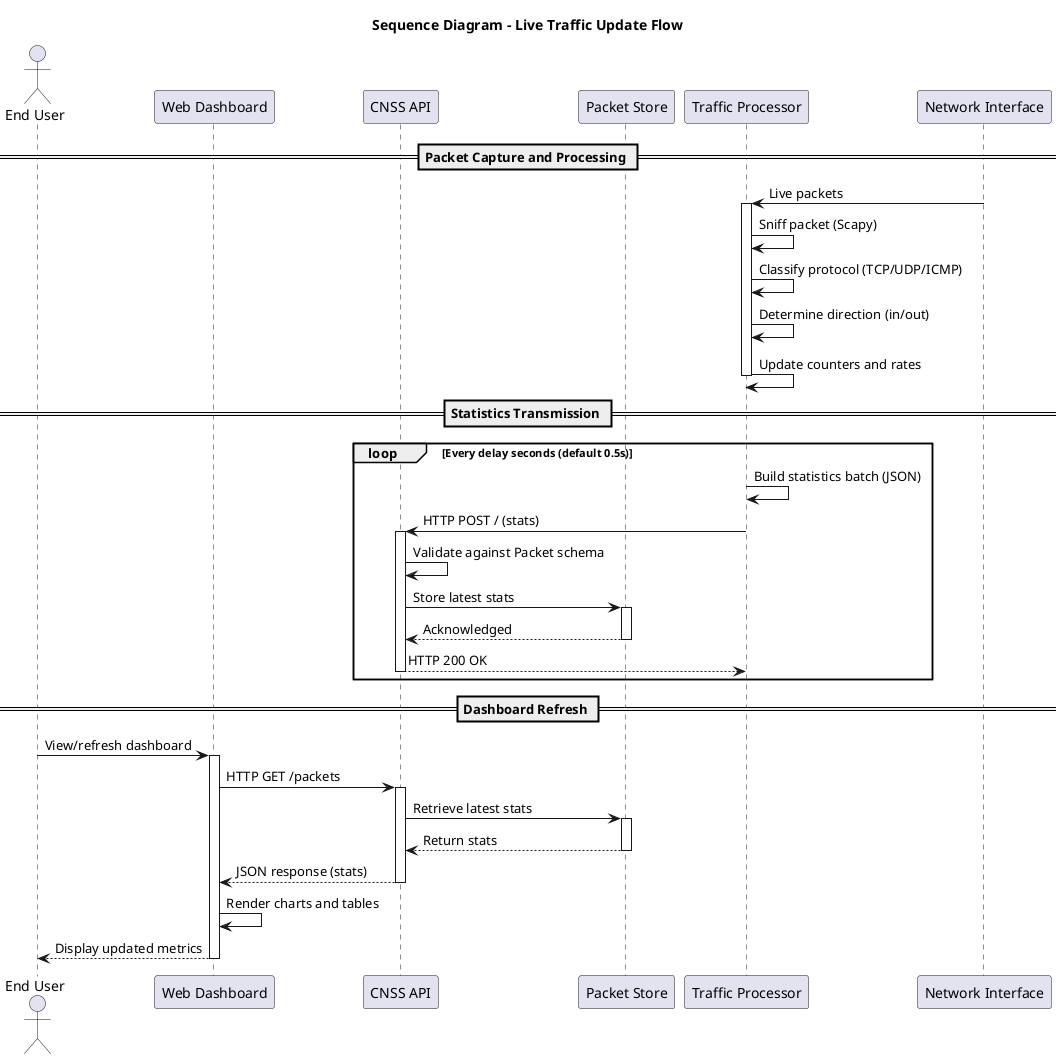
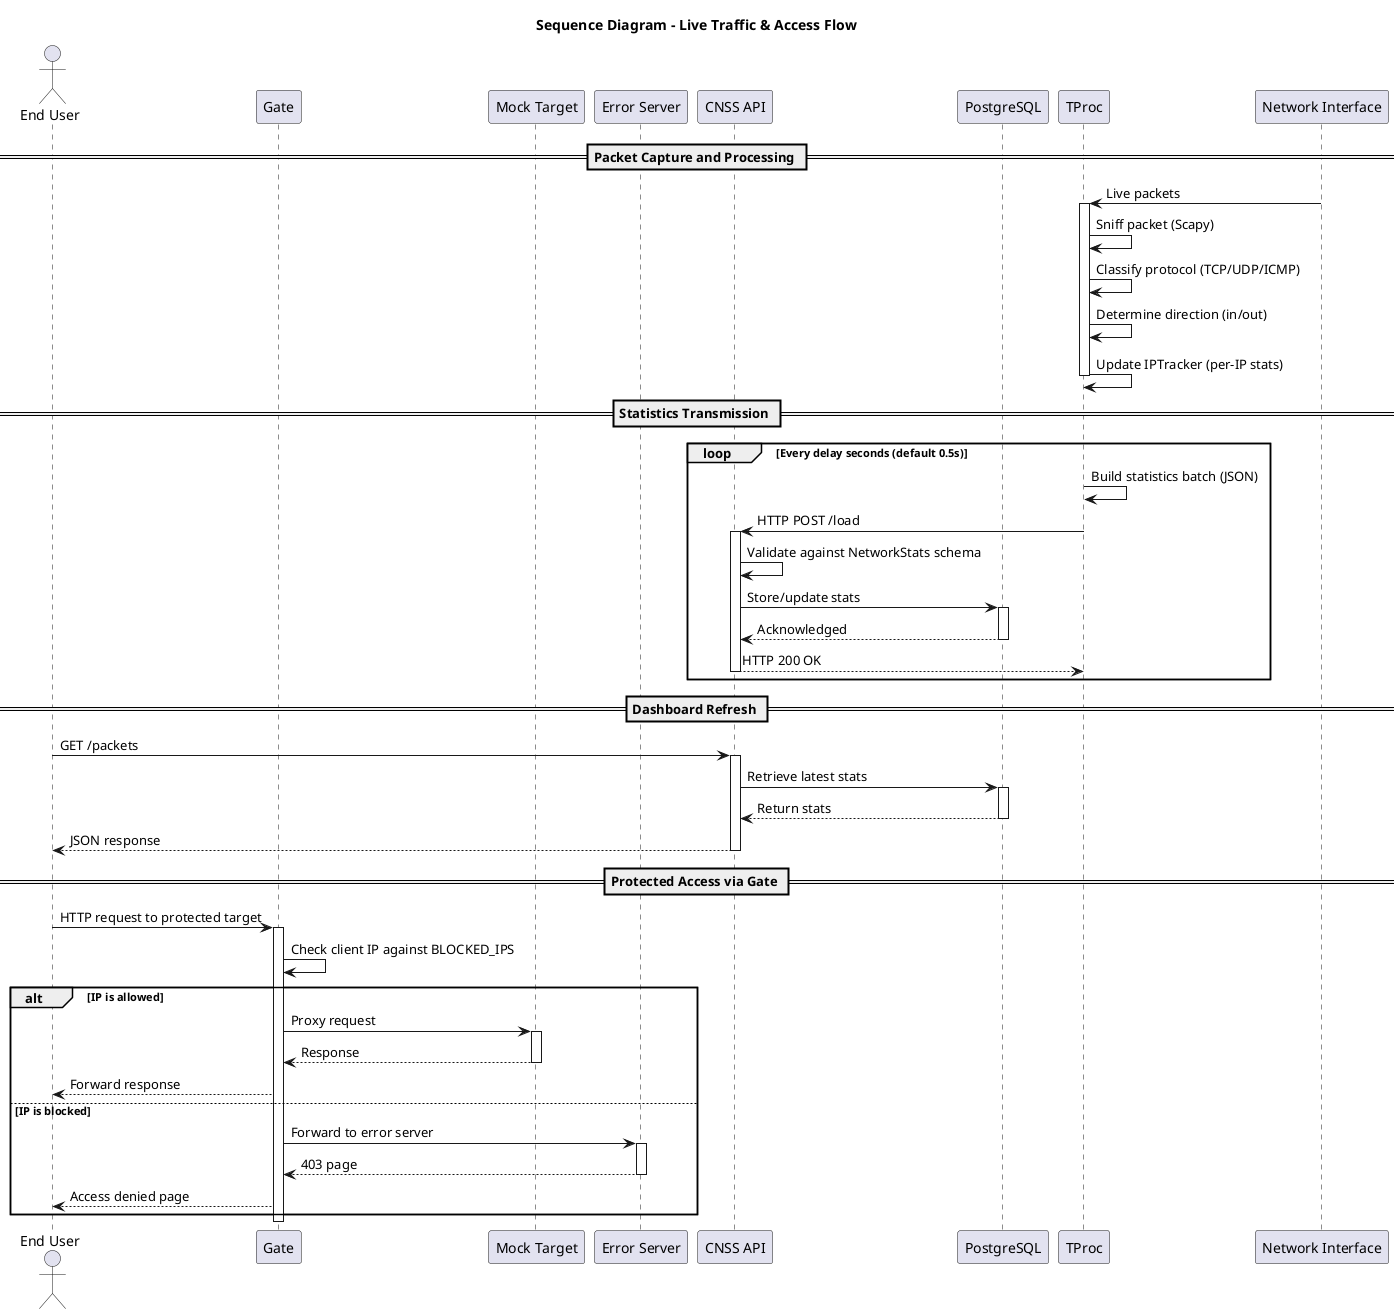
@startuml
- title Sequence Diagram - Live Traffic Update Flow
+ title Sequence Diagram – Live Traffic & Access Flow

actor "End User" as user
- participant "Web Dashboard" as dashboard
+ participant "Gate" as gate
+ participant "Mock Target" as target
+ participant "Error Server" as error
participant "CNSS API" as api
- participant "Packet Store" as store
- participant "Traffic Processor" as tp
+ participant "PostgreSQL" as db
+ participant "TProc" as tp
participant "Network Interface" as net

== Packet Capture and Processing ==
- 
net -> tp: Live packets
activate tp
tp -> tp: Sniff packet (Scapy)
tp -> tp: Classify protocol (TCP/UDP/ICMP)
tp -> tp: Determine direction (in/out)
- tp -> tp: Update counters and rates
+ tp -> tp: Update IPTracker (per-IP stats)
deactivate tp

== Statistics Transmission ==
- 
loop Every delay seconds (default 0.5s)
    tp -> tp: Build statistics batch (JSON)
-     tp -> api: HTTP POST / (stats)
+     tp -> api: HTTP POST /load
    activate api
-     api -> api: Validate against Packet schema
-     api -> store: Store latest stats
-     activate store
-     store --> api: Acknowledged
-     deactivate store
+     api -> api: Validate against NetworkStats schema
+     api -> db: Store/update stats
+     activate db
+     db --> api: Acknowledged
+     deactivate db
    api --> tp: HTTP 200 OK
    deactivate api
end

== Dashboard Refresh ==
+ user -> api: GET /packets
+ activate api
+ api -> db: Retrieve latest stats
+ activate db
+ db --> api: Return stats
+ deactivate db
+ api --> user: JSON response
+ deactivate api

- user -> dashboard: View/refresh dashboard
- activate dashboard
- dashboard -> api: HTTP GET /packets
- activate api
- api -> store: Retrieve latest stats
- activate store
- store --> api: Return stats
- deactivate store
- api --> dashboard: JSON response (stats)
- deactivate api
- dashboard -> dashboard: Render charts and tables
- dashboard --> user: Display updated metrics
- deactivate dashboard
+ == Protected Access via Gate ==
+ user -> gate: HTTP request to protected target
+ activate gate
+ gate -> gate: Check client IP against BLOCKED_IPS

+ alt IP is allowed
+     gate -> target: Proxy request
+     activate target
+     target --> gate: Response
+     deactivate target
+     gate --> user: Forward response
+ else IP is blocked
+     gate -> error: Forward to error server
+     activate error
+     error --> gate: 403 page
+     deactivate error
+     gate --> user: Access denied page
+ end
+ deactivate gate
@enduml
